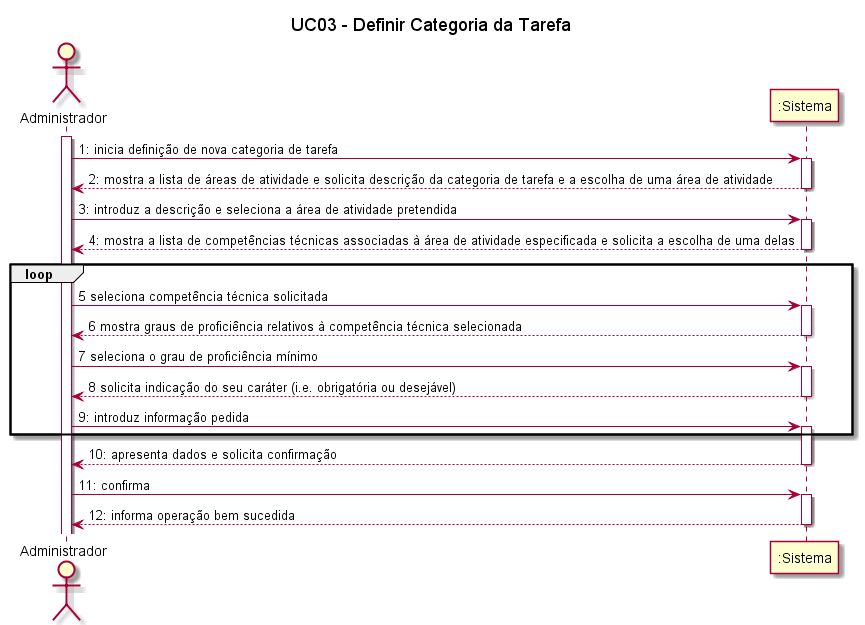
The PlantUML diagram Documentação/Sprint 2/UC03_Definir_Categoria_Tarefa/UC03_Definir_Categoria_Tarefa_Diagrama_Sequencia_Sistema.png in blestonbandeiraUPSKILL/upskill_java1_labprg_grupo2, before a commit. Source of this version:
```plantuml
@startuml

title UC03 - Definir Categoria da Tarefa

actor Administrador
participant ":Sistema" as Sistema

activate Administrador

Administrador -> Sistema: 1: inicia definição de nova categoria de tarefa
activate Sistema

Sistema --> Administrador: 2: mostra a lista de áreas de atividade e solicita descrição da categoria de tarefa e a escolha de uma área de atividade
deactivate Sistema

Administrador -> Sistema: 3: introduz a descrição e seleciona a área de atividade pretendida
activate Sistema

Sistema --> Administrador: 4: mostra a lista de competências técnicas associadas à área de atividade especificada e solicita a escolha de uma delas
deactivate Sistema

loop

Administrador -> Sistema: 5 seleciona competência técnica solicitada
activate Sistema

Sistema --> Administrador: 6 mostra graus de proficiência relativos à competência técnica selecionada
deactivate Sistema

Administrador -> Sistema: 7 seleciona o grau de proficiência mínimo
activate Sistema

Sistema --> Administrador: 8 solicita indicação do seu caráter (i.e. obrigatória ou desejável)
deactivate Sistema

Administrador -> Sistema: 9: introduz informação pedida
activate Sistema

end

Sistema --> Administrador: 10: apresenta dados e solicita confirmação
deactivate Sistema

Administrador -> Sistema: 11: confirma
activate Sistema

Sistema --> Administrador: 12: informa operação bem sucedida
deactivate Sistema
@enduml
```
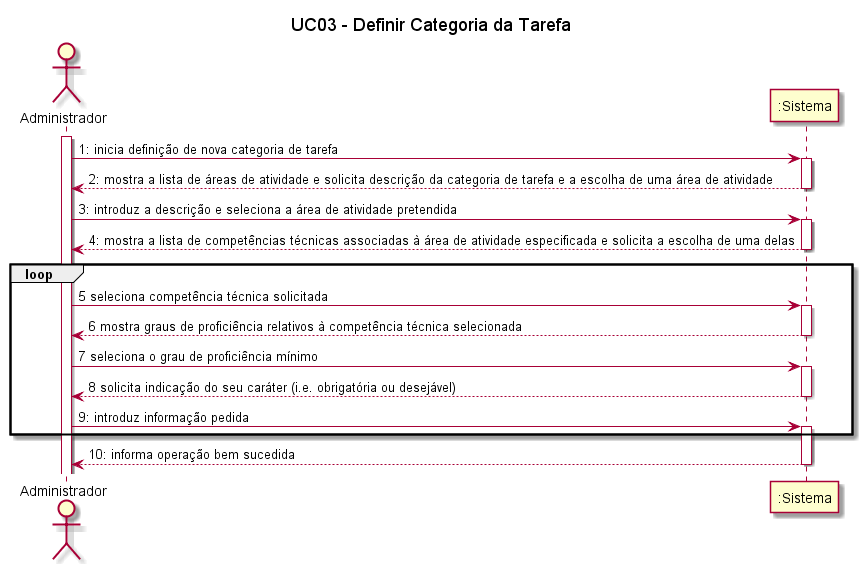
Above is the later version.

What changed in the source:
```diff
@@ -38,12 +38,6 @@
 
 end
 
-Sistema --> Administrador: 10: apresenta dados e solicita confirmação
-deactivate Sistema
-
-Administrador -> Sistema: 11: confirma
-activate Sistema
-
-Sistema --> Administrador: 12: informa operação bem sucedida
+Sistema --> Administrador: 10: informa operação bem sucedida
 deactivate Sistema
 @enduml
```
